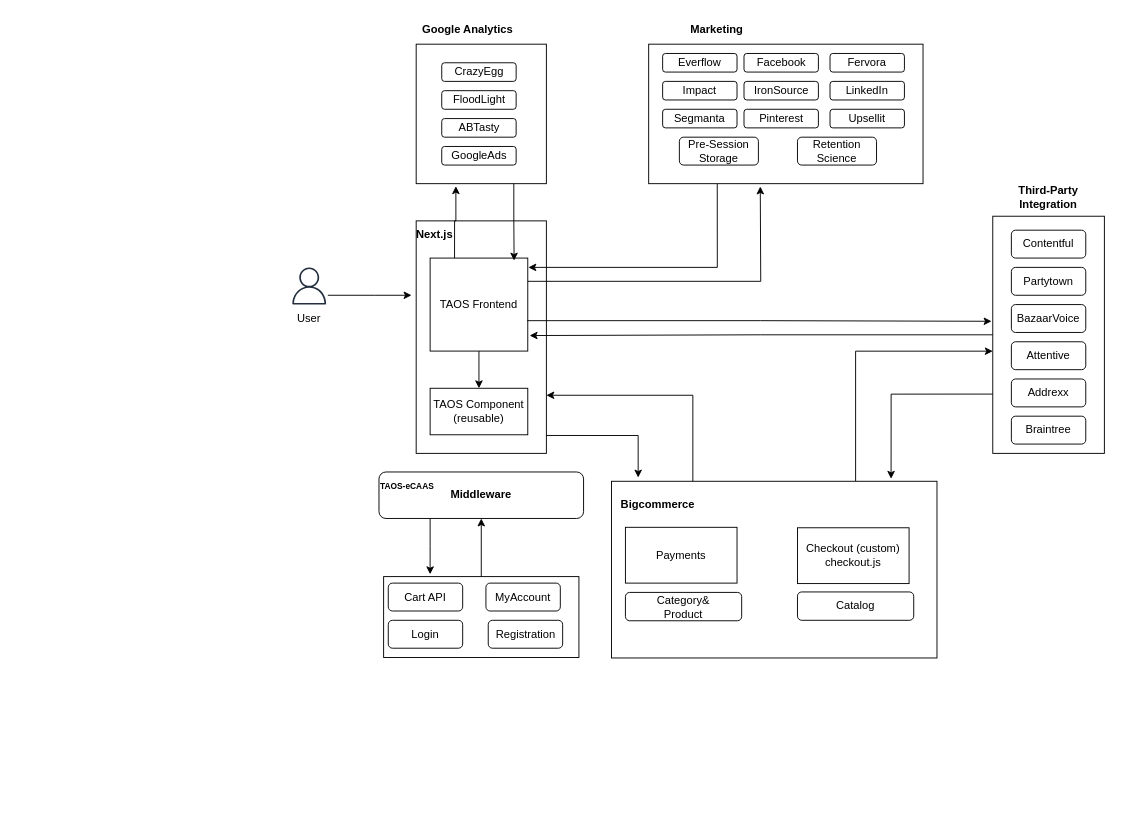
The draw.io diagram page "TAOS-Existing v2" (2 of 3) of TAOS/TAOS-Existing.drawio in akanksha-61087268/drawio, before the edit. Source tidied: cells renumbered, new cells numbered last; positions are measured from the earlier drawing's top-left corner, leaving out a move shared by most shapes. Both pictures are drawn from the tidied source at 93%, with x=0, y=0 at pixel (281, 16). Pictures stored in the file or linked from it are replaced by grey dashed boxes.
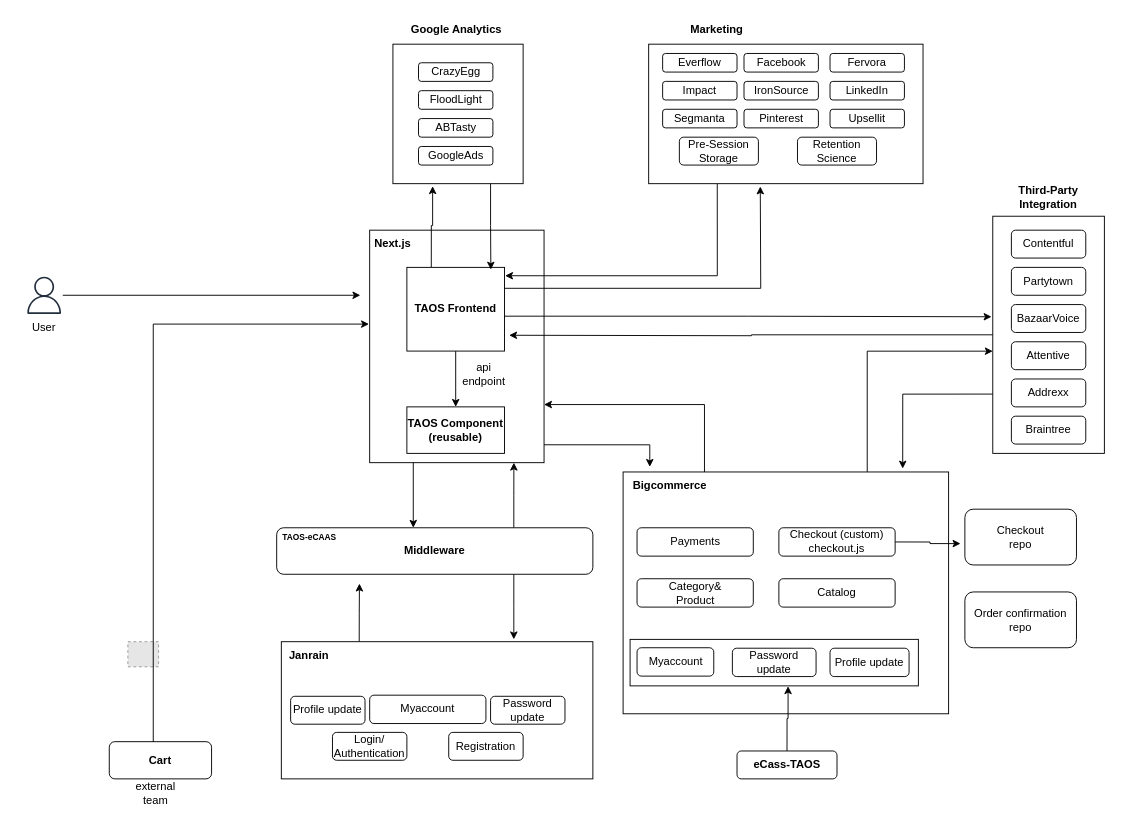
After the change.

The change refers to these unchanged cells:
```xml
<mxCell id="8" style="rounded=0;whiteSpace=wrap;html=1;" parent="1" vertex="1">
  <mxGeometry x="765" y="215" width="120" height="255" as="geometry" />
</mxCell>
```

What changed in the source:
```diff
@@
     <mxCell id="2" style="rounded=0;whiteSpace=wrap;html=1;" parent="1" vertex="1">
-      <mxGeometry x="145" y="220" width="140" height="250" as="geometry" />
+      <mxGeometry x="95" y="230" width="187.5" height="250" as="geometry" />
     </mxCell>
@@
     <mxCell id="4" style="rounded=0;whiteSpace=wrap;html=1;" parent="1" vertex="1">
-      <mxGeometry x="355" y="500" width="350" height="190" as="geometry" />
+      <mxGeometry x="367.5" y="490" width="350" height="260" as="geometry" />
     </mxCell>
-    <mxCell id="5" style="edgeStyle=orthogonalEdgeStyle;rounded=0;jettySize=auto;html=1;exitX=0.25;exitY=1;exitDx=0;exitDy=0;" parent="1" edge="1" source="6">
-      <mxGeometry relative="1" as="geometry">
-        <mxPoint x="160" y="600" as="targetPoint" />
-      </mxGeometry>
-    </mxCell>
+    <mxCell id="62" style="edgeStyle=orthogonalEdgeStyle;rounded=0;jettySize=auto;html=1;exitX=0.75;exitY=0;exitDx=0;exitDy=0;entryX=0.827;entryY=1;entryDx=0;entryDy=0;entryPerimeter=0;" parent="1" edge="1" source="6" target="2">
+      <mxGeometry relative="1" as="geometry" />
+    </mxCell>
+    <mxCell id="63" style="edgeStyle=orthogonalEdgeStyle;rounded=0;jettySize=auto;html=1;exitX=0.75;exitY=1;exitDx=0;exitDy=0;" parent="1" edge="1" source="6">
+      <mxGeometry relative="1" as="geometry">
+        <mxPoint x="250" y="670" as="targetPoint" />
+      </mxGeometry>
+    </mxCell>
     <mxCell id="6" value="&lt;b&gt;Middleware&lt;/b&gt;" style="rounded=1;whiteSpace=wrap;html=1;" parent="1" vertex="1">
-      <mxGeometry x="105" y="490" width="220" height="50" as="geometry" />
+      <mxGeometry x="-5" y="550" width="340" height="50" as="geometry" />
     </mxCell>
-    <mxCell id="7" value="Checkout (custom)&lt;br&gt;checkout.js" style="rounded=0;whiteSpace=wrap;html=1;" parent="1" vertex="1">
-      <mxGeometry x="555" y="550" width="120" height="60" as="geometry" />
-    </mxCell>
@@
     <mxCell id="15" style="rounded=0;whiteSpace=wrap;html=1;" parent="1" vertex="1">
-      <mxGeometry x="145" y="30" width="140" height="150" as="geometry" />
+      <mxGeometry x="120" y="30" width="140" height="150" as="geometry" />
     </mxCell>
@@
     <mxCell id="17" value="&lt;b&gt;Google Analytics&lt;/b&gt;" style="text;html=1;align=center;verticalAlign=middle;strokeColor=none;fillColor=none;" parent="1" vertex="1">
-      <mxGeometry x="140" width="120" height="30" as="geometry" />
+      <mxGeometry x="127.5" width="120" height="30" as="geometry" />
     </mxCell>
@@
-    <mxCell id="34" value="TAOS Frontend" style="rounded=0;whiteSpace=wrap;html=1;" parent="1" vertex="1">
-      <mxGeometry x="160" y="260" width="105" height="100" as="geometry" />
+    <mxCell id="34" value="&lt;b&gt;TAOS Frontend&lt;/b&gt;" style="rounded=0;whiteSpace=wrap;html=1;" parent="1" vertex="1">
+      <mxGeometry x="135" y="270" width="105" height="90" as="geometry" />
     </mxCell>
-    <mxCell id="35" value="TAOS Component&lt;br&gt;(reusable)" style="rounded=0;whiteSpace=wrap;html=1;" parent="1" vertex="1">
-      <mxGeometry x="160" y="400" width="105" height="50" as="geometry" />
+    <mxCell id="35" value="&lt;b&gt;TAOS Component&lt;br&gt;(reusable)&lt;/b&gt;" style="rounded=0;whiteSpace=wrap;html=1;" parent="1" vertex="1">
+      <mxGeometry x="135" y="420" width="105" height="50" as="geometry" />
     </mxCell>
     <mxCell id="36" value="&lt;font style=&quot;font-size: 9px;&quot;&gt;&lt;b&gt;TAOS-eCAAS&lt;/b&gt;&lt;/font&gt;" style="text;html=1;align=center;verticalAlign=middle;strokeColor=none;fillColor=none;" parent="1" vertex="1">
-      <mxGeometry x="95" y="490" width="80" height="30" as="geometry" />
+      <mxGeometry x="-10" y="545" width="80" height="30" as="geometry" />
     </mxCell>
@@
     <mxCell id="38" value="&lt;b&gt;Next.js&lt;/b&gt;" style="text;html=1;align=center;verticalAlign=middle;whiteSpace=wrap;rounded=0;" parent="1" vertex="1">
-      <mxGeometry x="135" y="220" width="60" height="30" as="geometry" />
+      <mxGeometry x="90" y="230" width="60" height="30" as="geometry" />
     </mxCell>
     <mxCell id="39" value="CrazyEgg" style="rounded=1;whiteSpace=wrap;html=1;" parent="1" vertex="1">
-      <mxGeometry x="172.5" y="50" width="80" height="20" as="geometry" />
+      <mxGeometry x="147.5" y="50" width="80" height="20" as="geometry" />
     </mxCell>
     <mxCell id="40" value="FloodLight" style="rounded=1;whiteSpace=wrap;html=1;" parent="1" vertex="1">
-      <mxGeometry x="172.5" y="80" width="80" height="20" as="geometry" />
+      <mxGeometry x="147.5" y="80" width="80" height="20" as="geometry" />
     </mxCell>
     <mxCell id="41" value="ABTasty" style="rounded=1;whiteSpace=wrap;html=1;" parent="1" vertex="1">
-      <mxGeometry x="172.5" y="110" width="80" height="20" as="geometry" />
+      <mxGeometry x="147.5" y="110" width="80" height="20" as="geometry" />
     </mxCell>
     <mxCell id="42" value="GoogleAds" style="rounded=1;whiteSpace=wrap;html=1;" parent="1" vertex="1">
-      <mxGeometry x="172.5" y="140" width="80" height="20" as="geometry" />
+      <mxGeometry x="147.5" y="140" width="80" height="20" as="geometry" />
     </mxCell>
+    <mxCell id="64" style="edgeStyle=orthogonalEdgeStyle;rounded=0;jettySize=auto;html=1;exitX=0.25;exitY=0;exitDx=0;exitDy=0;" parent="1" edge="1" source="43">
+      <mxGeometry relative="1" as="geometry">
+        <mxPoint x="84" y="610" as="targetPoint" />
+      </mxGeometry>
+    </mxCell>
     <mxCell id="43" style="rounded=0;whiteSpace=wrap;html=1;" parent="1" vertex="1">
-      <mxGeometry x="110" y="602.5" width="210" height="87" as="geometry" />
+      <mxGeometry y="672.5" width="335" height="147.5" as="geometry" />
     </mxCell>
-    <mxCell id="44" value="Cart API" style="rounded=1;whiteSpace=wrap;html=1;" parent="1" vertex="1">
-      <mxGeometry x="115" y="609.5" width="80" height="30" as="geometry" />
+    <mxCell id="44" value="&lt;b&gt;Cart&lt;/b&gt;" style="rounded=1;whiteSpace=wrap;html=1;" parent="1" vertex="1">
+      <mxGeometry x="-185" y="780" width="110" height="40" as="geometry" />
     </mxCell>
-    <mxCell id="45" value="Login" style="rounded=1;whiteSpace=wrap;html=1;" parent="1" vertex="1">
-      <mxGeometry x="115" y="649.5" width="80" height="30" as="geometry" />
+    <mxCell id="45" value="Login/&lt;br&gt;Authentication" style="rounded=1;whiteSpace=wrap;html=1;" parent="1" vertex="1">
+      <mxGeometry x="55" y="770" width="80" height="30" as="geometry" />
     </mxCell>
     <mxCell id="46" value="Registration" style="rounded=1;whiteSpace=wrap;html=1;" parent="1" vertex="1">
-      <mxGeometry x="222.5" y="649.5" width="80" height="30" as="geometry" />
+      <mxGeometry x="180" y="770" width="80" height="30" as="geometry" />
     </mxCell>
-    <mxCell id="47" value="MyAccount" style="rounded=1;whiteSpace=wrap;html=1;" parent="1" vertex="1">
-      <mxGeometry x="220" y="609.5" width="80" height="30" as="geometry" />
-    </mxCell>
-    <mxCell id="48" style="edgeStyle=orthogonalEdgeStyle;rounded=0;jettySize=auto;html=1;exitX=0.5;exitY=0;exitDx=0;exitDy=0;entryX=0.5;entryY=1;entryDx=0;entryDy=0;" parent="1" edge="1" source="43" target="6">
-      <mxGeometry relative="1" as="geometry" />
-    </mxCell>
@@
     <mxCell id="51" value="&lt;b&gt;Bigcommerce&lt;/b&gt;" style="text;html=1;align=center;verticalAlign=middle;whiteSpace=wrap;rounded=0;" parent="1" vertex="1">
-      <mxGeometry x="375" y="510" width="60" height="30" as="geometry" />
+      <mxGeometry x="387.5" y="490" width="60" height="30" as="geometry" />
     </mxCell>
-    <mxCell id="52" value="Payments" style="rounded=0;whiteSpace=wrap;html=1;" parent="1" vertex="1">
-      <mxGeometry x="370" y="549.5" width="120" height="60" as="geometry" />
-    </mxCell>
@@
-    <mxCell id="55" style="edgeStyle=orthogonalEdgeStyle;rounded=0;jettySize=auto;html=1;exitX=0.994;exitY=0.673;exitDx=0;exitDy=0;exitPerimeter=0;entryX=-0.011;entryY=0.443;entryDx=0;entryDy=0;entryPerimeter=0;" parent="1" edge="1" source="34" target="8">
+    <mxCell id="55" style="edgeStyle=orthogonalEdgeStyle;rounded=0;jettySize=auto;html=1;exitX=0.997;exitY=0.583;exitDx=0;exitDy=0;exitPerimeter=0;entryX=-0.011;entryY=0.424;entryDx=0;entryDy=0;entryPerimeter=0;" parent="1" edge="1" source="34" target="8">
       <mxGeometry relative="1" as="geometry" />
     </mxCell>
-    <mxCell id="56" style="edgeStyle=orthogonalEdgeStyle;rounded=0;jettySize=auto;html=1;exitX=0;exitY=0.5;exitDx=0;exitDy=0;entryX=1.019;entryY=0.833;entryDx=0;entryDy=0;entryPerimeter=0;" parent="1" edge="1" source="8" target="34">
-      <mxGeometry relative="1" as="geometry" />
+    <mxCell id="56" style="edgeStyle=orthogonalEdgeStyle;rounded=0;jettySize=auto;html=1;exitX=0;exitY=0.5;exitDx=0;exitDy=0;" parent="1" edge="1" source="8">
+      <mxGeometry relative="1" as="geometry">
+        <mxPoint x="245" y="343" as="targetPoint" />
+      </mxGeometry>
     </mxCell>
     <mxCell id="57" value="Category&amp;amp;&lt;br&gt;Product" style="rounded=1;whiteSpace=wrap;html=1;" parent="1" vertex="1">
-      <mxGeometry x="370" y="619.5" width="125" height="30.5" as="geometry" />
+      <mxGeometry x="382.5" y="604.8" width="125" height="30.5" as="geometry" />
     </mxCell>
     <mxCell id="58" value="Catalog" style="rounded=1;whiteSpace=wrap;html=1;" parent="1" vertex="1">
-      <mxGeometry x="555" y="619" width="125" height="30.5" as="geometry" />
+      <mxGeometry x="535" y="604.8" width="125" height="30.5" as="geometry" />
     </mxCell>
     <mxCell id="59" style="sketch=0;outlineConnect=0;fontColor=#232F3E;gradientColor=none;fillColor=#232F3D;strokeColor=none;dashed=0;verticalLabelPosition=bottom;verticalAlign=top;align=center;html=1;fontSize=12;fontStyle=0;shape=mxgraph.aws4.user;" parent="1" vertex="1">
-      <mxGeometry x="10" y="270" width="40" height="40" as="geometry" />
+      <mxGeometry x="-275" y="280" width="40" height="40" as="geometry" />
     </mxCell>
     <mxCell id="60" value="User" style="text;html=1;align=center;verticalAlign=middle;whiteSpace=wrap;rounded=0;" parent="1" vertex="1">
-      <mxGeometry y="310" width="60" height="30" as="geometry" />
+      <mxGeometry x="-285" y="320" width="60" height="30" as="geometry" />
     </mxCell>
-    <mxCell id="61" style="endArrow=classic;html=1;rounded=0;exitX=1.05;exitY=0.75;exitDx=0;exitDy=0;exitPerimeter=0;" parent="1" edge="1" source="59">
-      <mxGeometry relative="1" as="geometry">
-        <mxPoint x="140" y="300" as="targetPoint" />
-        <Array as="points">
-          <mxPoint x="100" y="300" />
-        </Array>
-      </mxGeometry>
-    </mxCell>
+    <mxCell id="65" value="external team" style="text;html=1;align=center;verticalAlign=middle;whiteSpace=wrap;rounded=0;" parent="1" vertex="1">
+      <mxGeometry x="-165" y="820" width="60" height="30" as="geometry" />
+    </mxCell>
+    <mxCell id="66" value="&lt;b&gt;Janrain&lt;/b&gt;" style="text;html=1;align=center;verticalAlign=middle;whiteSpace=wrap;rounded=0;" parent="1" vertex="1">
+      <mxGeometry y="672.5" width="60" height="30" as="geometry" />
+    </mxCell>
+    <mxCell id="67" value="&lt;b&gt;eCass-TAOS&lt;/b&gt;" style="rounded=1;whiteSpace=wrap;html=1;" parent="1" vertex="1">
+      <mxGeometry x="490" y="790" width="107.5" height="30" as="geometry" />
+    </mxCell>
+    <mxCell id="68" value="Myaccount" style="rounded=1;whiteSpace=wrap;html=1;" parent="1" vertex="1">
+      <mxGeometry x="95" y="730" width="125" height="30.5" as="geometry" />
+    </mxCell>
+    <mxCell id="69" value="Checkout&lt;br&gt;repo" style="rounded=1;whiteSpace=wrap;html=1;" parent="1" vertex="1">
+      <mxGeometry x="735" y="530" width="120" height="60" as="geometry" />
+    </mxCell>
+    <mxCell id="70" value="Order confirmation&lt;br&gt;repo" style="rounded=1;whiteSpace=wrap;html=1;" parent="1" vertex="1">
+      <mxGeometry x="735" y="619" width="120" height="60" as="geometry" />
+    </mxCell>
+    <mxCell id="71" value="Profile update" style="rounded=1;whiteSpace=wrap;html=1;" parent="1" vertex="1">
+      <mxGeometry x="10" y="731.2" width="80" height="30" as="geometry" />
+    </mxCell>
+    <mxCell id="72" value="Password update" style="rounded=1;whiteSpace=wrap;html=1;" parent="1" vertex="1">
+      <mxGeometry x="225" y="731.2" width="80" height="30" as="geometry" />
+    </mxCell>
+    <mxCell id="73" style="rounded=0;whiteSpace=wrap;html=1;" parent="1" vertex="1">
+      <mxGeometry x="375" y="670" width="310" height="50" as="geometry" />
+    </mxCell>
+    <mxCell id="74" value="Myaccount" style="rounded=1;whiteSpace=wrap;html=1;" parent="1" vertex="1">
+      <mxGeometry x="382.5" y="679" width="82.5" height="30.5" as="geometry" />
+    </mxCell>
+    <mxCell id="75" value="Profile update" style="rounded=1;whiteSpace=wrap;html=1;" parent="1" vertex="1">
+      <mxGeometry x="590" y="679.5" width="85" height="30.5" as="geometry" />
+    </mxCell>
+    <mxCell id="76" value="Password update" style="rounded=1;whiteSpace=wrap;html=1;" parent="1" vertex="1">
+      <mxGeometry x="485" y="679.5" width="90" height="30.5" as="geometry" />
+    </mxCell>
+    <mxCell id="77" style="endArrow=classic;html=1;rounded=0;" parent="1" edge="1">
+      <mxGeometry relative="1" as="geometry">
+        <mxPoint x="-235" y="300" as="sourcePoint" />
+        <mxPoint x="85" y="300" as="targetPoint" />
+      </mxGeometry>
+    </mxCell>
+    <mxCell id="78" style="edgeStyle=orthogonalEdgeStyle;rounded=0;jettySize=auto;html=1;exitX=0.25;exitY=1;exitDx=0;exitDy=0;entryX=0.432;entryY=0;entryDx=0;entryDy=0;entryPerimeter=0;" parent="1" edge="1" source="2" target="6">
+      <mxGeometry relative="1" as="geometry" />
+    </mxCell>
+    <mxCell id="52" value="Payments" style="rounded=1;whiteSpace=wrap;html=1;" parent="1" vertex="1">
+      <mxGeometry x="382.5" y="550" width="125" height="30.5" as="geometry" />
+    </mxCell>
+    <mxCell id="79" style="edgeStyle=orthogonalEdgeStyle;rounded=0;jettySize=auto;html=1;exitX=1;exitY=0.5;exitDx=0;exitDy=0;entryX=-0.039;entryY=0.617;entryDx=0;entryDy=0;entryPerimeter=0;" parent="1" edge="1" source="7" target="69">
+      <mxGeometry relative="1" as="geometry" />
+    </mxCell>
+    <mxCell id="7" value="Checkout (custom)&lt;br&gt;checkout.js" style="rounded=1;whiteSpace=wrap;html=1;" parent="1" vertex="1">
+      <mxGeometry x="535" y="550" width="125" height="30.5" as="geometry" />
+    </mxCell>
+    <mxCell id="80" style="edgeStyle=orthogonalEdgeStyle;rounded=0;jettySize=auto;html=1;exitX=0.5;exitY=0;exitDx=0;exitDy=0;entryX=0.548;entryY=1.007;entryDx=0;entryDy=0;entryPerimeter=0;" parent="1" edge="1" source="67" target="73">
+      <mxGeometry relative="1" as="geometry" />
+    </mxCell>
+    <mxCell id="81" style="fillColor=#E6E6E6;strokeColor=#999999;dashed=1;verticalLabelPosition=bottom;labelBackgroundColor=default;verticalAlign=top;" parent="1" vertex="1">
+      <mxGeometry x="-165" y="672.5" width="33" height="27" as="geometry" />
+    </mxCell>
+    <mxCell id="82" style="edgeStyle=orthogonalEdgeStyle;rounded=0;jettySize=auto;html=1;exitX=0.43;exitY=0.008;exitDx=0;exitDy=0;entryX=-0.004;entryY=0.404;entryDx=0;entryDy=0;entryPerimeter=0;exitPerimeter=0;" parent="1" edge="1" source="44" target="2">
+      <mxGeometry relative="1" as="geometry" />
+    </mxCell>
+    <mxCell id="83" value="api endpoint" style="text;html=1;align=center;verticalAlign=middle;whiteSpace=wrap;rounded=0;" parent="1" vertex="1">
+      <mxGeometry x="187.5" y="370" width="60" height="30" as="geometry" />
+    </mxCell>
```
